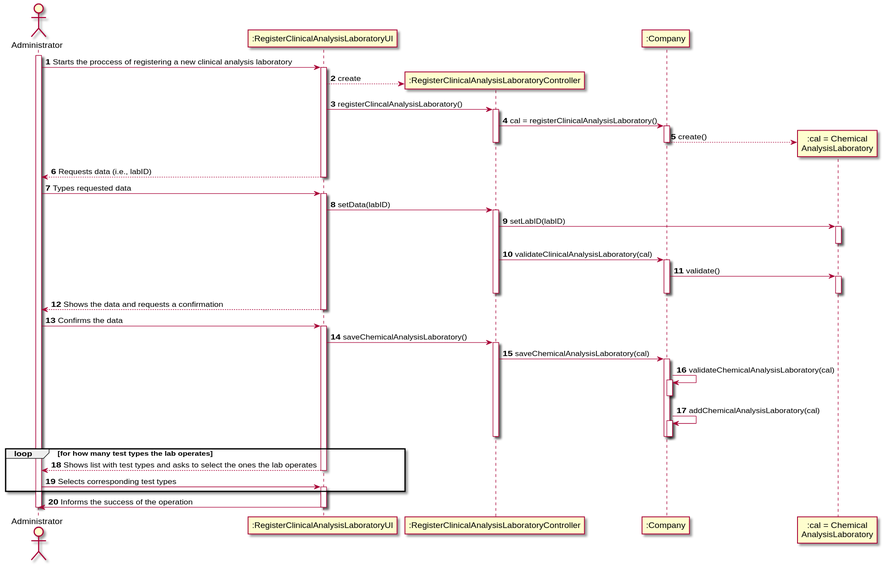
This is docs/SprintB/US08/US8_SD.svg from 0franciscor/lei-21-s2-1de-g19, a PlantUML export, as it was before one commit.
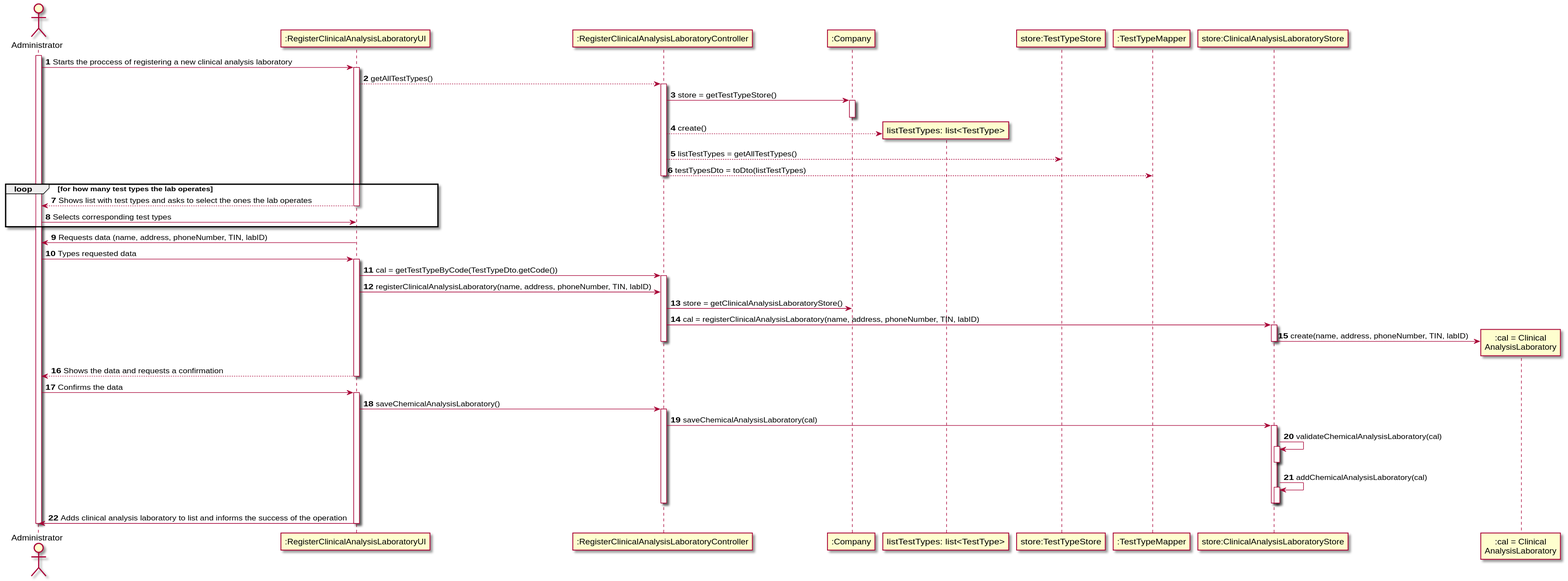
Above is the later version.

Change to the diagram source:
```diff
@@ -5,66 +5,64 @@
 participant ":RegisterClinicalAnalysisLaboratoryUI" as UI
 participant ":RegisterClinicalAnalysisLaboratoryController" as CTRL
 participant ":Company" as CMP
-participant ":cal = Chemical\nAnalysisLaboratory" as CAL
+participant "listTestTypes: list<TestType>" as LTT
+participant "store:TestTypeStore" as TTS
+participant ":TestTypeMapper" as TTM
+participant "store:ClinicalAnalysisLaboratoryStore" as CALS
+participant ":cal = Clinical\nAnalysisLaboratory" as CAL
 
 
 activate ADMIN
 ADMIN -> UI : Starts the proccess of registering a new clinical analysis laboratory
 activate UI
-UI --> CTRL ** : create
-UI -> CTRL : registerClincalAnalysisLaboratory()
+UI --> CTRL : getAllTestTypes()
 activate CTRL
-CTRL -> CMP : cal = registerClinicalAnalysisLaboratory()
-activate CMP
-CMP --> CAL ** : create()
-deactivate CMP
-deactivate CTRL
-UI --> ADMIN : Requests data (i.e., labID)
-deactivate UI
-
-ADMIN -> UI : Types requested data
-activate UI
-UI -> CTRL : setData(labID)
-activate CTRL
-CTRL -> CAL: setLabID(labID)
-activate CAL
-deactivate CAL
-CTRL -> CMP : validateClinicalAnalysisLaboratory(cal)
-activate CMP
-CMP -> CAL : validate()
-activate CAL
-deactivate CAL
-deactivate CMP
-deactivate CTRL
-UI --> ADMIN : Shows the data and requests a confirmation
-deactivate UI
-
-ADMIN -> UI : Confirms the data
-activate UI
-UI -> CTRL : saveChemicalAnalysisLaboratory()
-activate CTRL
-CTRL -> CMP : saveChemicalAnalysisLaboratory(cal)
-activate CMP
-CMP -> CMP : validateChemicalAnalysisLaboratory(cal)
+CTRL -> CMP : store = getTestTypeStore()
 activate CMP
 deactivate CMP
-CMP -> CMP :addChemicalAnalysisLaboratory(cal)
-activate CMP
-deactivate CMP
-deactivate CMP
+CTRL --> LTT ** : create()
+CTRL --> TTS : listTestTypes = getAllTestTypes()
+CTRL --> TTM : testTypesDto = toDto(listTestTypes)
 deactivate CTRL
 
 loop for how many test types the lab operates
 UI --> ADMIN : Shows list with test types and asks to select the ones the lab operates
 deactivate UI
+ADMIN -> UI : Selects corresponding test types
+end
+
+UI -> ADMIN : Requests data (name, address, phoneNumber, TIN, labID)
+ADMIN -> UI : Types requested data
+activate UI
+UI -> CTRL : cal = getTestTypeByCode(TestTypeDto.getCode())
+activate CTRL
+UI -> CTRL : registerClinicalAnalysisLaboratory(name, address, phoneNumber, TIN, labID)
+CTRL -> CMP : store = getClinicalAnalysisLaboratoryStore()
+CTRL -> CALS : cal = registerClinicalAnalysisLaboratory(name, address, phoneNumber, TIN, labID)
+activate CALS
+CALS -> CAL ** : create(name, address, phoneNumber, TIN, labID)
+deactivate CALS
+deactivate CTRL
+
+UI --> ADMIN : Shows the data and requests a confirmation
+deactivate UI
+ADMIN -> UI : Confirms the data
+activate UI
+UI -> CTRL : saveChemicalAnalysisLaboratory()
+activate CTRL
+CTRL -> CALS : saveChemicalAnalysisLaboratory(cal)
+activate CALS
+CALS -> CALS : validateChemicalAnalysisLaboratory(cal)
+activate CALS
+deactivate CALS
+CALS -> CALS :addChemicalAnalysisLaboratory(cal)
+activate CALS
+deactivate CALS
+deactivate CALS
+deactivate CTRL
 
 
-ADMIN -> UI : Selects corresponding test types
-activate UI
-end
-
-UI -> ADMIN : Informs the success of the operation
+UI -> ADMIN : Adds clinical analysis laboratory to list and informs the success of the operation
 deactivate UI
-
 deactivate ADMIN
 @enduml
```
